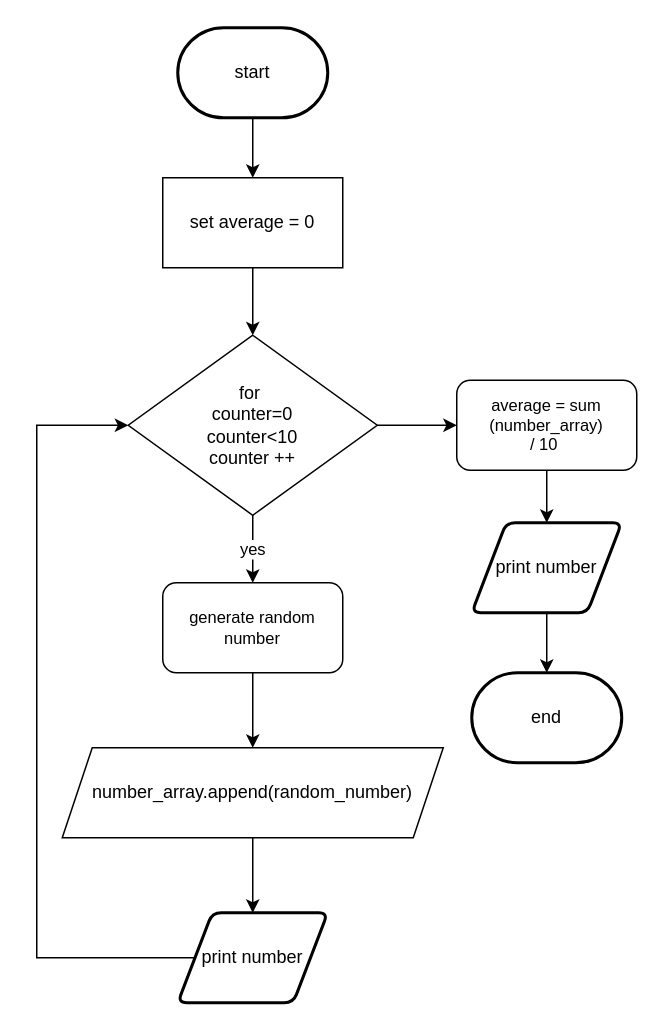
The draw.io diagram flow.drawio in devin-jhu/ICS3U-Unit6-05-Python, before the edit. Source tidied: cells renumbered, new cells numbered last; positions are measured from the earlier drawing's top-left corner, leaving out a move shared by most shapes. Both pictures are drawn from the tidied source at 150%, with x=0, y=0 at pixel (36, 27).
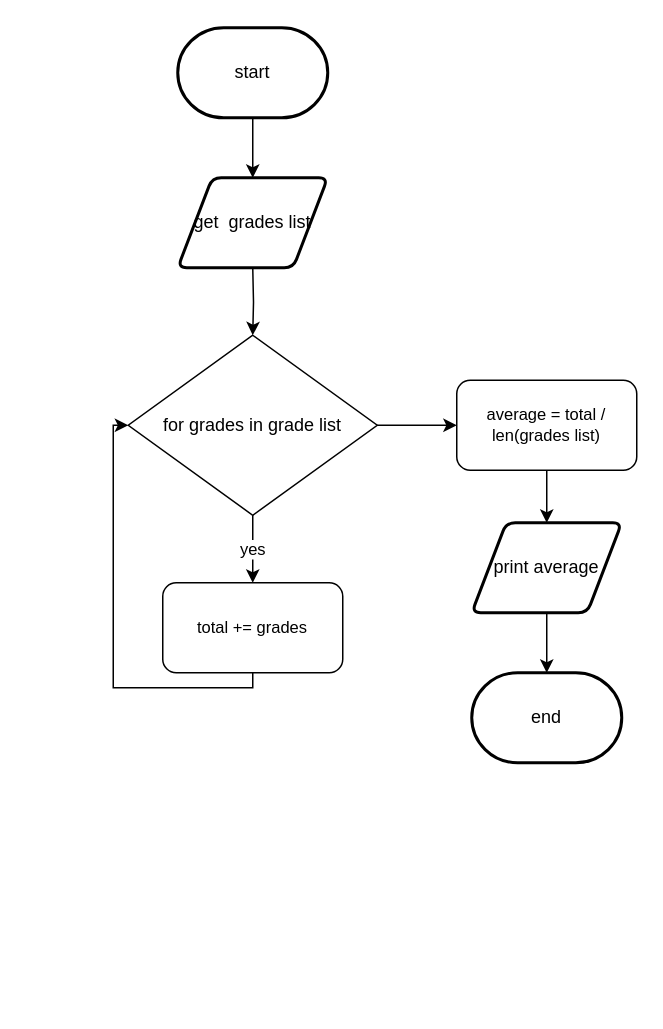
The same page after the edit.

Unchanged cells that the change refers to:
```xml
<mxCell id="13" value="start" style="strokeWidth=2;html=1;shape=mxgraph.flowchart.terminator;whiteSpace=wrap;" parent="1" vertex="1">
  <mxGeometry x="94" width="100" height="60" as="geometry" />
</mxCell>
```

The edit, as a diff of the source:
```diff
@@
-    <mxCell id="2" style="edgeStyle=orthogonalEdgeStyle;shape=connector;rounded=0;html=1;exitX=0;exitY=0.5;exitDx=0;exitDy=0;entryX=0;entryY=0.5;entryDx=0;entryDy=0;labelBackgroundColor=default;fontFamily=Helvetica;fontSize=11;fontColor=default;endArrow=classic;strokeColor=default;" parent="1" edge="1" source="3" target="7">
-      <mxGeometry relative="1" as="geometry">
-        <Array as="points">
-          <mxPoint y="620" />
-          <mxPoint y="265" />
-        </Array>
-      </mxGeometry>
-    </mxCell>
-    <mxCell id="3" value="print number" style="shape=parallelogram;html=1;strokeWidth=2;perimeter=parallelogramPerimeter;whiteSpace=wrap;rounded=1;arcSize=12;size=0.23;" parent="1" vertex="1">
-      <mxGeometry x="94" y="590" width="100" height="60" as="geometry" />
-    </mxCell>
@@
-    <mxCell id="7" value="for&amp;nbsp;&lt;br&gt;counter=0&lt;br&gt;counter&amp;lt;10&lt;br&gt;counter ++" style="rhombus;whiteSpace=wrap;html=1;" parent="1" vertex="1">
+    <mxCell id="7" value="for grades in grade list" style="rhombus;whiteSpace=wrap;html=1;" parent="1" vertex="1">
       <mxGeometry x="61" y="205" width="166" height="120" as="geometry" />
     </mxCell>
-    <mxCell id="8" style="edgeStyle=orthogonalEdgeStyle;shape=connector;rounded=0;html=1;exitX=0.5;exitY=1;exitDx=0;exitDy=0;entryX=0.5;entryY=0;entryDx=0;entryDy=0;labelBackgroundColor=default;fontFamily=Helvetica;fontSize=11;fontColor=default;endArrow=classic;strokeColor=default;" parent="1" edge="1" source="9" target="3">
-      <mxGeometry relative="1" as="geometry" />
-    </mxCell>
-    <mxCell id="9" value="number_array.append(random_number)" style="shape=parallelogram;perimeter=parallelogramPerimeter;whiteSpace=wrap;html=1;fixedSize=1;" parent="1" vertex="1">
-      <mxGeometry x="17" y="480" width="254" height="60" as="geometry" />
-    </mxCell>
-    <mxCell id="10" style="edgeStyle=orthogonalEdgeStyle;shape=connector;rounded=0;html=1;exitX=0.5;exitY=1;exitDx=0;exitDy=0;labelBackgroundColor=default;fontFamily=Helvetica;fontSize=11;fontColor=default;endArrow=classic;strokeColor=default;" parent="1" edge="1" source="11" target="9">
-      <mxGeometry relative="1" as="geometry" />
-    </mxCell>
+    <mxCell id="20" style="edgeStyle=orthogonalEdgeStyle;shape=connector;rounded=0;html=1;exitX=0.5;exitY=1;exitDx=0;exitDy=0;entryX=0;entryY=0.5;entryDx=0;entryDy=0;labelBackgroundColor=default;fontFamily=Helvetica;fontSize=11;fontColor=default;endArrow=classic;strokeColor=default;" parent="1" edge="1" source="11" target="7">
+      <mxGeometry relative="1" as="geometry" />
+    </mxCell>
-    <mxCell id="11" value="generate random number" style="rounded=1;whiteSpace=wrap;html=1;fontFamily=Helvetica;fontSize=11;fontColor=default;" parent="1" vertex="1">
+    <mxCell id="11" value="total += grades" style="rounded=1;whiteSpace=wrap;html=1;fontFamily=Helvetica;fontSize=11;fontColor=default;" parent="1" vertex="1">
       <mxGeometry x="84" y="370" width="120" height="60" as="geometry" />
     </mxCell>
-    <mxCell id="12" style="edgeStyle=orthogonalEdgeStyle;shape=connector;rounded=0;html=1;exitX=0.5;exitY=1;exitDx=0;exitDy=0;exitPerimeter=0;entryX=0.5;entryY=0;entryDx=0;entryDy=0;labelBackgroundColor=default;fontFamily=Helvetica;fontSize=11;fontColor=default;endArrow=classic;strokeColor=default;" parent="1" edge="1" source="13" target="15">
-      <mxGeometry relative="1" as="geometry" />
+    <mxCell id="12" style="edgeStyle=orthogonalEdgeStyle;shape=connector;rounded=0;html=1;exitX=0.5;exitY=1;exitDx=0;exitDy=0;exitPerimeter=0;entryX=0.5;entryY=0;entryDx=0;entryDy=0;labelBackgroundColor=default;fontFamily=Helvetica;fontSize=11;fontColor=default;endArrow=classic;strokeColor=default;" parent="1" edge="1" source="13">
+      <mxGeometry relative="1" as="geometry">
+        <mxPoint x="144" y="100" as="targetPoint" />
+      </mxGeometry>
     </mxCell>
@@
-    <mxCell id="14" style="edgeStyle=orthogonalEdgeStyle;shape=connector;rounded=0;html=1;exitX=0.5;exitY=1;exitDx=0;exitDy=0;entryX=0.5;entryY=0;entryDx=0;entryDy=0;labelBackgroundColor=default;fontFamily=Helvetica;fontSize=11;fontColor=default;endArrow=classic;strokeColor=default;" parent="1" edge="1" source="15" target="7">
-      <mxGeometry relative="1" as="geometry" />
+    <mxCell id="14" style="edgeStyle=orthogonalEdgeStyle;shape=connector;rounded=0;html=1;exitX=0.5;exitY=1;exitDx=0;exitDy=0;entryX=0.5;entryY=0;entryDx=0;entryDy=0;labelBackgroundColor=default;fontFamily=Helvetica;fontSize=11;fontColor=default;endArrow=classic;strokeColor=default;" parent="1" edge="1" target="7">
+      <mxGeometry relative="1" as="geometry">
+        <mxPoint x="144" y="160" as="sourcePoint" />
+      </mxGeometry>
     </mxCell>
-    <mxCell id="15" value="set average = 0" style="rounded=0;whiteSpace=wrap;html=1;" parent="1" vertex="1">
-      <mxGeometry x="84" y="100" width="120" height="60" as="geometry" />
-    </mxCell>
@@
-    <mxCell id="17" value="average = sum (number_array)&lt;br&gt;/ 10&amp;nbsp;" style="rounded=1;whiteSpace=wrap;html=1;fontFamily=Helvetica;fontSize=11;fontColor=default;" parent="1" vertex="1">
+    <mxCell id="17" value="average = total / len(grades list)" style="rounded=1;whiteSpace=wrap;html=1;fontFamily=Helvetica;fontSize=11;fontColor=default;" parent="1" vertex="1">
       <mxGeometry x="280" y="235" width="120" height="60" as="geometry" />
     </mxCell>
@@
-    <mxCell id="19" value="print number" style="shape=parallelogram;html=1;strokeWidth=2;perimeter=parallelogramPerimeter;whiteSpace=wrap;rounded=1;arcSize=12;size=0.23;" parent="1" vertex="1">
+    <mxCell id="19" value="print average" style="shape=parallelogram;html=1;strokeWidth=2;perimeter=parallelogramPerimeter;whiteSpace=wrap;rounded=1;arcSize=12;size=0.23;" parent="1" vertex="1">
       <mxGeometry x="290" y="330" width="100" height="60" as="geometry" />
     </mxCell>
+    <mxCell id="21" value="get&amp;nbsp; grades list" style="shape=parallelogram;html=1;strokeWidth=2;perimeter=parallelogramPerimeter;whiteSpace=wrap;rounded=1;arcSize=12;size=0.23;" parent="1" vertex="1">
+      <mxGeometry x="94" y="100" width="100" height="60" as="geometry" />
+    </mxCell>
```
